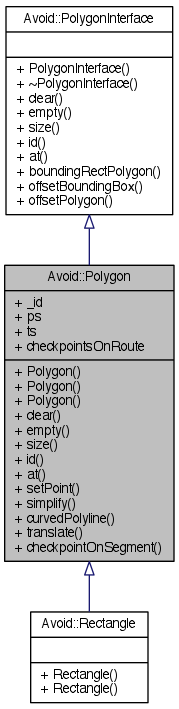
Earlier version of the Graphviz export documentation/classAvoid_1_1Polygon__inherit__graph.png (mjwybrow/adaptagrams). Its source is kept beside it as documentation/classAvoid_1_1Polygon__inherit__graph.dot. The source it was exported from:
```dot
digraph "Avoid::Polygon"
{
  edge [fontname="Helvetica",fontsize="10",labelfontname="Helvetica",labelfontsize="10"];
  node [fontname="Helvetica",fontsize="10",shape=record];
  Node1 [label="{Avoid::Polygon\n|+ _id\l+ ps\l+ ts\l+ checkpointsOnRoute\l|+ Polygon()\l+ Polygon()\l+ Polygon()\l+ clear()\l+ empty()\l+ size()\l+ id()\l+ at()\l+ setPoint()\l+ simplify()\l+ curvedPolyline()\l+ translate()\l+ checkpointOnSegment()\l}",height=0.2,width=0.4,color="black", fillcolor="grey75", style="filled" fontcolor="black"];
  Node2 -> Node1 [dir="back",color="midnightblue",fontsize="10",style="solid",arrowtail="onormal",fontname="Helvetica"];
  Node2 [label="{Avoid::PolygonInterface\n||+ PolygonInterface()\l+ ~PolygonInterface()\l+ clear()\l+ empty()\l+ size()\l+ id()\l+ at()\l+ boundingRectPolygon()\l+ offsetBoundingBox()\l+ offsetPolygon()\l}",height=0.2,width=0.4,color="black", fillcolor="white", style="filled",URL="$classAvoid_1_1PolygonInterface.html",tooltip="A common interface used by the Polygon classes."];
  Node1 -> Node3 [dir="back",color="midnightblue",fontsize="10",style="solid",arrowtail="onormal",fontname="Helvetica"];
  Node3 [label="{Avoid::Rectangle\n||+ Rectangle()\l+ Rectangle()\l}",height=0.2,width=0.4,color="black", fillcolor="white", style="filled",URL="$classAvoid_1_1Rectangle.html",tooltip="A Rectangle, a simpler way to define the polygon for square or rectangular shapes."];
}
```
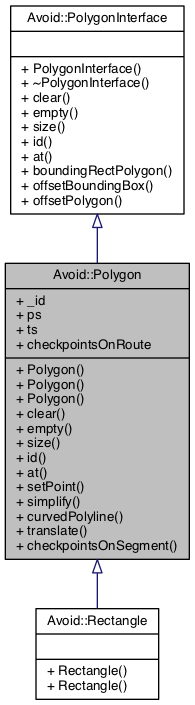
The same file after the commit.

Diff of the diagram source:
```diff
@@ -2,9 +2,9 @@
 {
   edge [fontname="Helvetica",fontsize="10",labelfontname="Helvetica",labelfontsize="10"];
   node [fontname="Helvetica",fontsize="10",shape=record];
-  Node1 [label="{Avoid::Polygon\n|+ _id\l+ ps\l+ ts\l+ checkpointsOnRoute\l|+ Polygon()\l+ Polygon()\l+ Polygon()\l+ clear()\l+ empty()\l+ size()\l+ id()\l+ at()\l+ setPoint()\l+ simplify()\l+ curvedPolyline()\l+ translate()\l+ checkpointOnSegment()\l}",height=0.2,width=0.4,color="black", fillcolor="grey75", style="filled" fontcolor="black"];
+  Node1 [label="{Avoid::Polygon\n|+ _id\l+ ps\l+ ts\l+ checkpointsOnRoute\l|+ Polygon()\l+ Polygon()\l+ Polygon()\l+ clear()\l+ empty()\l+ size()\l+ id()\l+ at()\l+ setPoint()\l+ simplify()\l+ curvedPolyline()\l+ translate()\l+ checkpointsOnSegment()\l}",height=0.2,width=0.4,color="black", fillcolor="grey75", style="filled", fontcolor="black"];
   Node2 -> Node1 [dir="back",color="midnightblue",fontsize="10",style="solid",arrowtail="onormal",fontname="Helvetica"];
-  Node2 [label="{Avoid::PolygonInterface\n||+ PolygonInterface()\l+ ~PolygonInterface()\l+ clear()\l+ empty()\l+ size()\l+ id()\l+ at()\l+ boundingRectPolygon()\l+ offsetBoundingBox()\l+ offsetPolygon()\l}",height=0.2,width=0.4,color="black", fillcolor="white", style="filled",URL="$classAvoid_1_1PolygonInterface.html",tooltip="A common interface used by the Polygon classes."];
+  Node2 [label="{Avoid::PolygonInterface\n||+ PolygonInterface()\l+ ~PolygonInterface()\l+ clear()\l+ empty()\l+ size()\l+ id()\l+ at()\l+ boundingRectPolygon()\l+ offsetBoundingBox()\l+ offsetPolygon()\l}",height=0.2,width=0.4,color="black", fillcolor="white", style="filled",URL="$classAvoid_1_1PolygonInterface.html",tooltip="A common interface used by the Polygon classes. "];
   Node1 -> Node3 [dir="back",color="midnightblue",fontsize="10",style="solid",arrowtail="onormal",fontname="Helvetica"];
-  Node3 [label="{Avoid::Rectangle\n||+ Rectangle()\l+ Rectangle()\l}",height=0.2,width=0.4,color="black", fillcolor="white", style="filled",URL="$classAvoid_1_1Rectangle.html",tooltip="A Rectangle, a simpler way to define the polygon for square or rectangular shapes."];
+  Node3 [label="{Avoid::Rectangle\n||+ Rectangle()\l+ Rectangle()\l}",height=0.2,width=0.4,color="black", fillcolor="white", style="filled",URL="$classAvoid_1_1Rectangle.html",tooltip="A Rectangle, a simpler way to define the polygon for square or rectangular shapes. "];
 }
```
